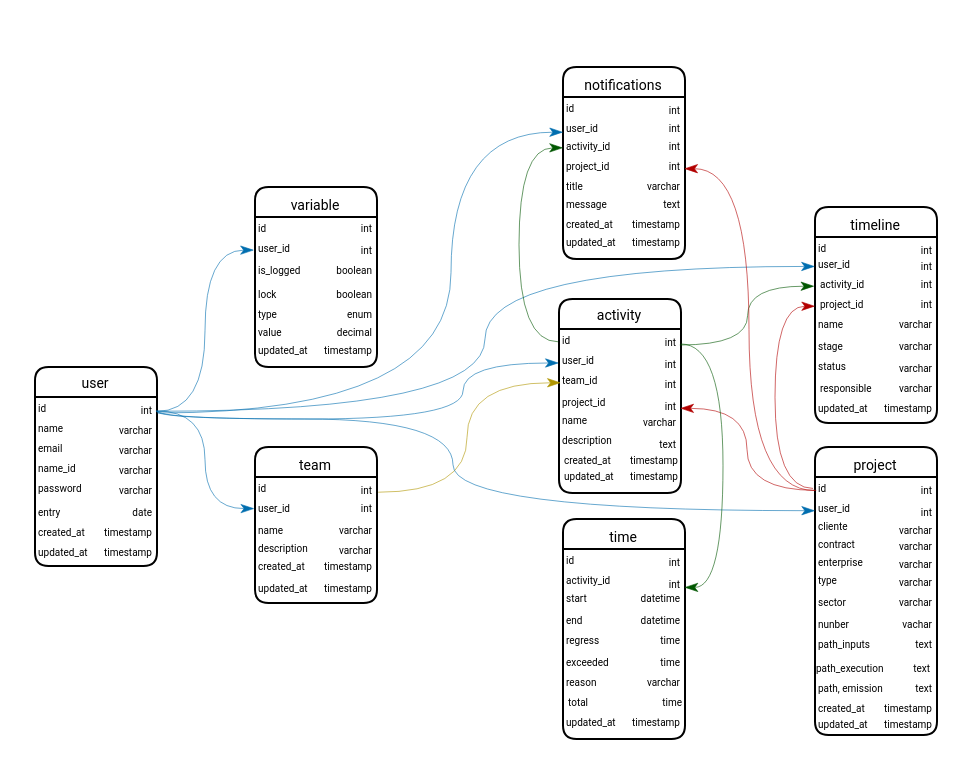
Earlier version of the draw.io diagram Banco Kairos.drawio (Avflux/drawio). Source tidied: cells renumbered, new cells numbered last; positions are measured from the earlier drawing's top-left corner, leaving out a move shared by most shapes. Both pictures are drawn from the tidied source at 200%, with x=0, y=0 at pixel (34, 66).
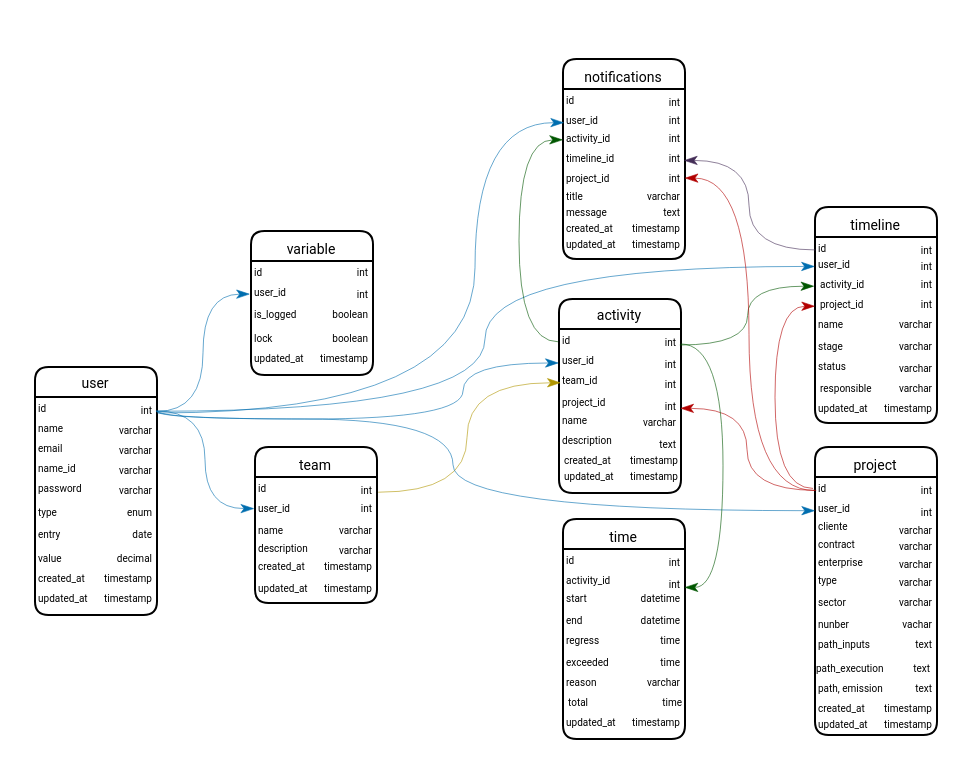
Above is the later version.

The change refers to these unchanged cells:
```xml
<mxCell id="14" value="&lt;font face=&quot;Roboto&quot;&gt;&lt;span style=&quot;font-size: 5px;&quot;&gt;int&lt;/span&gt;&lt;/font&gt;" style="text;html=1;align=right;verticalAlign=middle;points=[];strokeColor=none;fillColor=none;fontFamily=Architects Daughter;" parent="2" vertex="1">
  <mxGeometry x="40" y="5" width="20" height="30" as="geometry" />
</mxCell>
<mxCell id="53" value="&lt;font face=&quot;Roboto&quot; style=&quot;font-size: 5px;&quot;&gt;id&lt;/font&gt;" style="text;html=1;align=left;verticalAlign=middle;points=[];strokeColor=none;fillColor=none;fontFamily=Architects Daughter;" parent="52" vertex="1">
  <mxGeometry y="5" width="20" height="30" as="geometry" />
</mxCell>
<mxCell id="102" value="&lt;font face=&quot;Roboto&quot; style=&quot;font-size: 5px;&quot;&gt;id&lt;/font&gt;" style="text;html=1;align=left;verticalAlign=middle;points=[];strokeColor=none;fillColor=none;fontFamily=Architects Daughter;" parent="101" vertex="1">
  <mxGeometry y="5" width="20" height="30" as="geometry" />
</mxCell>
<mxCell id="141" value="&lt;font face=&quot;Roboto&quot; style=&quot;font-size: 5px;&quot;&gt;user_id&lt;/font&gt;" style="text;html=1;align=left;verticalAlign=middle;points=[];strokeColor=none;fillColor=none;fontFamily=Architects Daughter;" parent="139" vertex="1">
  <mxGeometry y="17" width="34" height="26" as="geometry" />
</mxCell>
<mxCell id="147" value="&lt;font face=&quot;Roboto&quot;&gt;&lt;span style=&quot;font-size: 5px;&quot;&gt;int&lt;/span&gt;&lt;/font&gt;" style="text;html=1;align=right;verticalAlign=middle;points=[];strokeColor=none;fillColor=none;fontFamily=Architects Daughter;" parent="139" vertex="1">
  <mxGeometry x="36" y="34" width="24" height="27" as="geometry" />
</mxCell>
```

What changed in the source:
```diff
@@
     <mxCell id="2" value="&lt;p&gt;&lt;font style=&quot;font-size: 7px;&quot; face=&quot;Roboto&quot;&gt;&lt;span style=&quot;font-weight: 400;&quot;&gt;user&lt;/span&gt;&lt;/font&gt;&lt;/p&gt;" style="swimlane;whiteSpace=wrap;html=1;hachureGap=4;fontFamily=Architects Daughter;fillColor=default;strokeColor=default;startSize=15;strokeWidth=1;swimlaneLine=1;glass=0;rounded=1;shadow=0;align=center;" parent="1" vertex="1">
-      <mxGeometry y="150" width="61" height="99.5" as="geometry" />
+      <mxGeometry y="150" width="61" height="124" as="geometry" />
     </mxCell>
@@
     <mxCell id="12" value="&lt;font face=&quot;Roboto&quot;&gt;&lt;span style=&quot;font-size: 5px;&quot;&gt;entry&lt;/span&gt;&lt;/font&gt;" style="text;html=1;align=left;verticalAlign=middle;strokeColor=none;fillColor=none;fontFamily=Architects Daughter;" parent="2" vertex="1">
-      <mxGeometry y="57" width="29" height="27" as="geometry" />
+      <mxGeometry y="68" width="29" height="27" as="geometry" />
     </mxCell>
     <mxCell id="13" value="&lt;font face=&quot;Roboto&quot;&gt;&lt;span style=&quot;font-size: 5px;&quot;&gt;date&lt;/span&gt;&lt;/font&gt;" style="text;html=1;align=right;verticalAlign=middle;strokeColor=none;fillColor=none;fontFamily=Architects Daughter;" parent="2" vertex="1">
-      <mxGeometry x="30" y="56" width="30" height="30" as="geometry" />
+      <mxGeometry x="30" y="67" width="30" height="30" as="geometry" />
     </mxCell>
@@
     <mxCell id="15" value="&lt;font face=&quot;Roboto&quot;&gt;&lt;span style=&quot;font-size: 5px;&quot;&gt;created_at&lt;/span&gt;&lt;/font&gt;" style="text;html=1;align=left;verticalAlign=middle;strokeColor=none;fillColor=none;fontFamily=Architects Daughter;" parent="2" vertex="1">
-      <mxGeometry y="67.5" width="41" height="27" as="geometry" />
+      <mxGeometry y="90" width="41" height="27" as="geometry" />
     </mxCell>
     <mxCell id="16" value="&lt;font face=&quot;Roboto&quot;&gt;&lt;span style=&quot;font-size: 5px;&quot;&gt;timestamp&lt;/span&gt;&lt;/font&gt;" style="text;html=1;align=right;verticalAlign=middle;strokeColor=none;fillColor=none;fontFamily=Architects Daughter;" parent="2" vertex="1">
-      <mxGeometry x="18" y="67.5" width="42" height="27" as="geometry" />
+      <mxGeometry x="18" y="90" width="42" height="27" as="geometry" />
     </mxCell>
     <mxCell id="17" value="&lt;font face=&quot;Roboto&quot;&gt;&lt;span style=&quot;font-size: 5px;&quot;&gt;updated_at&lt;/span&gt;&lt;/font&gt;" style="text;html=1;align=left;verticalAlign=middle;strokeColor=none;fillColor=none;fontFamily=Architects Daughter;" parent="2" vertex="1">
-      <mxGeometry y="77.5" width="43" height="27" as="geometry" />
+      <mxGeometry y="100" width="43" height="27" as="geometry" />
     </mxCell>
     <mxCell id="18" value="&lt;font face=&quot;Roboto&quot;&gt;&lt;span style=&quot;font-size: 5px;&quot;&gt;timestamp&lt;/span&gt;&lt;/font&gt;" style="text;html=1;align=right;verticalAlign=middle;strokeColor=none;fillColor=none;fontFamily=Architects Daughter;" parent="2" vertex="1">
-      <mxGeometry x="18" y="77.5" width="42" height="27" as="geometry" />
+      <mxGeometry x="18" y="100" width="42" height="27" as="geometry" />
     </mxCell>
+    <mxCell id="134" value="&lt;font face=&quot;Roboto&quot;&gt;&lt;span style=&quot;font-size: 5px;&quot;&gt;value&lt;/span&gt;&lt;/font&gt;" style="text;html=1;align=left;verticalAlign=middle;strokeColor=none;fillColor=none;fontFamily=Architects Daughter;" parent="2" vertex="1">
+      <mxGeometry y="80" width="30" height="27" as="geometry" />
+    </mxCell>
+    <mxCell id="135" value="&lt;font face=&quot;Roboto&quot;&gt;&lt;span style=&quot;font-size: 5px;&quot;&gt;decimal&lt;/span&gt;&lt;/font&gt;" style="text;html=1;align=right;verticalAlign=middle;strokeColor=none;fillColor=none;fontFamily=Architects Daughter;" parent="2" vertex="1">
+      <mxGeometry x="20" y="79" width="40" height="30" as="geometry" />
+    </mxCell>
+    <mxCell id="132" value="&lt;font face=&quot;Roboto&quot;&gt;&lt;span style=&quot;font-size: 5px;&quot;&gt;type&lt;/span&gt;&lt;/font&gt;" style="text;html=1;align=left;verticalAlign=middle;strokeColor=none;fillColor=none;fontFamily=Architects Daughter;" parent="2" vertex="1">
+      <mxGeometry y="56" width="30" height="30" as="geometry" />
+    </mxCell>
+    <mxCell id="133" value="&lt;font face=&quot;Roboto&quot;&gt;&lt;span style=&quot;font-size: 5px;&quot;&gt;enum&lt;/span&gt;&lt;/font&gt;" style="text;html=1;align=right;verticalAlign=middle;strokeColor=none;fillColor=none;fontFamily=Architects Daughter;" parent="2" vertex="1">
+      <mxGeometry x="30" y="56" width="30" height="30" as="geometry" />
+    </mxCell>
@@
     <mxCell id="123" value="&lt;p&gt;&lt;font face=&quot;Roboto&quot;&gt;&lt;span style=&quot;font-size: 7px; font-weight: 400;&quot;&gt;variable&lt;/span&gt;&lt;/font&gt;&lt;/p&gt;" style="swimlane;whiteSpace=wrap;html=1;hachureGap=4;fontFamily=Architects Daughter;fillColor=default;strokeColor=default;startSize=15;strokeWidth=1;swimlaneLine=1;glass=0;rounded=1;shadow=0;align=center;" parent="1" vertex="1">
-      <mxGeometry x="110" y="60" width="61" height="90" as="geometry" />
+      <mxGeometry x="108" y="82" width="61" height="72" as="geometry" />
     </mxCell>
@@
-    <mxCell id="132" value="&lt;font face=&quot;Roboto&quot;&gt;&lt;span style=&quot;font-size: 5px;&quot;&gt;type&lt;/span&gt;&lt;/font&gt;" style="text;html=1;align=left;verticalAlign=middle;strokeColor=none;fillColor=none;fontFamily=Architects Daughter;" parent="123" vertex="1">
-      <mxGeometry y="47" width="30" height="30" as="geometry" />
-    </mxCell>
-    <mxCell id="133" value="&lt;font face=&quot;Roboto&quot;&gt;&lt;span style=&quot;font-size: 5px;&quot;&gt;enum&lt;/span&gt;&lt;/font&gt;" style="text;html=1;align=right;verticalAlign=middle;strokeColor=none;fillColor=none;fontFamily=Architects Daughter;" parent="123" vertex="1">
-      <mxGeometry x="30" y="47" width="30" height="30" as="geometry" />
-    </mxCell>
-    <mxCell id="134" value="&lt;font face=&quot;Roboto&quot;&gt;&lt;span style=&quot;font-size: 5px;&quot;&gt;value&lt;/span&gt;&lt;/font&gt;" style="text;html=1;align=left;verticalAlign=middle;strokeColor=none;fillColor=none;fontFamily=Architects Daughter;" parent="123" vertex="1">
-      <mxGeometry y="57" width="30" height="27" as="geometry" />
-    </mxCell>
-    <mxCell id="135" value="&lt;font face=&quot;Roboto&quot;&gt;&lt;span style=&quot;font-size: 5px;&quot;&gt;decimal&lt;/span&gt;&lt;/font&gt;" style="text;html=1;align=right;verticalAlign=middle;strokeColor=none;fillColor=none;fontFamily=Architects Daughter;" parent="123" vertex="1">
-      <mxGeometry x="20" y="56" width="40" height="30" as="geometry" />
-    </mxCell>
     <mxCell id="136" value="&lt;font face=&quot;Roboto&quot;&gt;&lt;span style=&quot;font-size: 5px;&quot;&gt;timestamp&lt;/span&gt;&lt;/font&gt;" style="text;html=1;align=right;verticalAlign=middle;strokeColor=none;fillColor=none;fontFamily=Architects Daughter;" parent="123" vertex="1">
-      <mxGeometry x="18" y="66" width="42" height="27" as="geometry" />
+      <mxGeometry x="18" y="48" width="42" height="27" as="geometry" />
     </mxCell>
     <mxCell id="137" value="&lt;font face=&quot;Roboto&quot;&gt;&lt;span style=&quot;font-size: 5px;&quot;&gt;updated_at&lt;/span&gt;&lt;/font&gt;" style="text;html=1;align=left;verticalAlign=middle;strokeColor=none;fillColor=none;fontFamily=Architects Daughter;" parent="123" vertex="1">
-      <mxGeometry y="66" width="43" height="27" as="geometry" />
+      <mxGeometry y="48" width="43" height="27" as="geometry" />
     </mxCell>
@@
     <mxCell id="139" value="&lt;p&gt;&lt;font face=&quot;Roboto&quot;&gt;&lt;span style=&quot;font-size: 7px; font-weight: 400;&quot;&gt;notifications&lt;/span&gt;&lt;/font&gt;&lt;/p&gt;" style="swimlane;whiteSpace=wrap;html=1;hachureGap=4;fontFamily=Architects Daughter;fillColor=default;strokeColor=default;startSize=15;strokeWidth=1;swimlaneLine=1;glass=0;rounded=1;shadow=0;align=center;" parent="1" vertex="1">
-      <mxGeometry x="264" width="61" height="96" as="geometry" />
+      <mxGeometry x="264" y="-4" width="61" height="100" as="geometry" />
     </mxCell>
@@
-    <mxCell id="146" value="&lt;font face=&quot;Roboto&quot; style=&quot;font-size: 5px;&quot;&gt;project_id&lt;/font&gt;" style="text;html=1;align=left;verticalAlign=middle;strokeColor=none;fillColor=none;fontFamily=Architects Daughter;" parent="139" vertex="1">
-      <mxGeometry y="35" width="40" height="28" as="geometry" />
+    <mxCell id="146" value="&lt;font face=&quot;Roboto&quot; style=&quot;font-size: 5px;&quot;&gt;timeline_id&lt;/font&gt;" style="text;html=1;align=left;verticalAlign=middle;strokeColor=none;fillColor=none;fontFamily=Architects Daughter;" parent="139" vertex="1">
+      <mxGeometry y="35" width="42" height="28" as="geometry" />
     </mxCell>
@@
+    <mxCell id="159" value="&lt;font face=&quot;Roboto&quot; style=&quot;font-size: 5px;&quot;&gt;project_id&lt;/font&gt;" style="text;html=1;align=left;verticalAlign=middle;strokeColor=none;fillColor=none;fontFamily=Architects Daughter;" parent="139" vertex="1">
+      <mxGeometry y="45" width="40" height="28" as="geometry" />
+    </mxCell>
+    <mxCell id="160" value="&lt;font face=&quot;Roboto&quot;&gt;&lt;span style=&quot;font-size: 5px;&quot;&gt;int&lt;/span&gt;&lt;/font&gt;" style="text;html=1;align=right;verticalAlign=middle;points=[];strokeColor=none;fillColor=none;fontFamily=Architects Daughter;" parent="139" vertex="1">
+      <mxGeometry x="36" y="44" width="24" height="27" as="geometry" />
+    </mxCell>
+    <mxCell id="149" value="&lt;font face=&quot;Roboto&quot;&gt;&lt;span style=&quot;font-size: 5px;&quot;&gt;title&lt;/span&gt;&lt;/font&gt;" style="text;html=1;align=left;verticalAlign=middle;strokeColor=none;fillColor=none;fontFamily=Architects Daughter;" parent="139" vertex="1">
+      <mxGeometry y="53" width="28" height="28" as="geometry" />
+    </mxCell>
     <mxCell id="148" value="&lt;font face=&quot;Roboto&quot;&gt;&lt;span style=&quot;font-size: 5px;&quot;&gt;varchar&lt;/span&gt;&lt;/font&gt;" style="text;html=1;align=right;verticalAlign=middle;strokeColor=none;fillColor=none;fontFamily=Architects Daughter;" parent="139" vertex="1">
-      <mxGeometry x="20" y="43" width="40" height="30" as="geometry" />
+      <mxGeometry x="20" y="52" width="40" height="30" as="geometry" />
     </mxCell>
-    <mxCell id="149" value="&lt;font face=&quot;Roboto&quot;&gt;&lt;span style=&quot;font-size: 5px;&quot;&gt;title&lt;/span&gt;&lt;/font&gt;" style="text;html=1;align=left;verticalAlign=middle;strokeColor=none;fillColor=none;fontFamily=Architects Daughter;" parent="139" vertex="1">
-      <mxGeometry y="44" width="28" height="28" as="geometry" />
-    </mxCell>
     <mxCell id="150" value="&lt;font face=&quot;Roboto&quot;&gt;&lt;span style=&quot;font-size: 5px;&quot;&gt;message&lt;/span&gt;&lt;/font&gt;" style="text;html=1;align=left;verticalAlign=middle;strokeColor=none;fillColor=none;fontFamily=Architects Daughter;" parent="139" vertex="1">
-      <mxGeometry y="53" width="36" height="28" as="geometry" />
+      <mxGeometry y="61" width="36" height="28" as="geometry" />
     </mxCell>
     <mxCell id="151" value="&lt;font face=&quot;Roboto&quot;&gt;&lt;span style=&quot;font-size: 5px;&quot;&gt;text&lt;/span&gt;&lt;/font&gt;" style="text;html=1;align=right;verticalAlign=middle;strokeColor=none;fillColor=none;fontFamily=Architects Daughter;" parent="139" vertex="1">
-      <mxGeometry x="32" y="53" width="28" height="28" as="geometry" />
+      <mxGeometry x="32" y="61" width="28" height="28" as="geometry" />
     </mxCell>
+    <mxCell id="153" value="&lt;font face=&quot;Roboto&quot;&gt;&lt;span style=&quot;font-size: 5px;&quot;&gt;created_at&lt;/span&gt;&lt;/font&gt;" style="text;html=1;align=left;verticalAlign=middle;strokeColor=none;fillColor=none;fontFamily=Architects Daughter;" parent="139" vertex="1">
+      <mxGeometry y="69" width="41" height="27" as="geometry" />
+    </mxCell>
     <mxCell id="152" value="&lt;font face=&quot;Roboto&quot;&gt;&lt;span style=&quot;font-size: 5px;&quot;&gt;timestamp&lt;/span&gt;&lt;/font&gt;" style="text;html=1;align=right;verticalAlign=middle;strokeColor=none;fillColor=none;fontFamily=Architects Daughter;" parent="139" vertex="1">
-      <mxGeometry x="18" y="63" width="42" height="27" as="geometry" />
+      <mxGeometry x="18" y="69" width="42" height="27" as="geometry" />
     </mxCell>
-    <mxCell id="153" value="&lt;font face=&quot;Roboto&quot;&gt;&lt;span style=&quot;font-size: 5px;&quot;&gt;created_at&lt;/span&gt;&lt;/font&gt;" style="text;html=1;align=left;verticalAlign=middle;strokeColor=none;fillColor=none;fontFamily=Architects Daughter;" parent="139" vertex="1">
-      <mxGeometry y="63" width="41" height="27" as="geometry" />
-    </mxCell>
     <mxCell id="154" value="&lt;font face=&quot;Roboto&quot;&gt;&lt;span style=&quot;font-size: 5px;&quot;&gt;updated_at&lt;/span&gt;&lt;/font&gt;" style="text;html=1;align=left;verticalAlign=middle;strokeColor=none;fillColor=none;fontFamily=Architects Daughter;" parent="139" vertex="1">
-      <mxGeometry y="72" width="43" height="27" as="geometry" />
+      <mxGeometry y="77" width="43" height="27" as="geometry" />
     </mxCell>
     <mxCell id="155" value="&lt;font face=&quot;Roboto&quot;&gt;&lt;span style=&quot;font-size: 5px;&quot;&gt;timestamp&lt;/span&gt;&lt;/font&gt;" style="text;html=1;align=right;verticalAlign=middle;strokeColor=none;fillColor=none;fontFamily=Architects Daughter;" parent="139" vertex="1">
-      <mxGeometry x="18" y="72" width="42" height="27" as="geometry" />
+      <mxGeometry x="18" y="77" width="42" height="27" as="geometry" />
     </mxCell>
@@
-    <mxCell id="157" style="edgeStyle=orthogonalEdgeStyle;rounded=0;hachureGap=4;jettySize=auto;html=1;fontFamily=Architects Daughter;curved=1;endArrow=classicThin;endFill=1;strokeWidth=0.3;exitX=0;exitY=0.56;exitDx=0;exitDy=0;exitPerimeter=0;fillColor=#e51400;strokeColor=light-dark(#B20000,#FF1C03);entryX=1.028;entryY=0.624;entryDx=0;entryDy=0;entryPerimeter=0;" parent="1" edge="1" source="53" target="147">
+    <mxCell id="157" style="edgeStyle=orthogonalEdgeStyle;rounded=0;hachureGap=4;jettySize=auto;html=1;fontFamily=Architects Daughter;curved=1;endArrow=classicThin;endFill=1;strokeWidth=0.3;exitX=0;exitY=0.56;exitDx=0;exitDy=0;exitPerimeter=0;fillColor=#e51400;strokeColor=light-dark(#B20000,#FF1C03);entryX=1.036;entryY=0.576;entryDx=0;entryDy=0;entryPerimeter=0;" parent="1" edge="1" source="53" target="160">
       <mxGeometry relative="1" as="geometry" />
     </mxCell>
-    <mxCell id="158" style="edgeStyle=orthogonalEdgeStyle;rounded=0;hachureGap=4;jettySize=auto;html=1;fontFamily=Architects Daughter;curved=1;endArrow=classicThin;endFill=1;strokeWidth=0.3;exitX=1.06;exitY=0.6;exitDx=0;exitDy=0;exitPerimeter=0;fillColor=#1ba1e2;strokeColor=#006EAF;entryX=0;entryY=0.6;entryDx=0;entryDy=0;entryPerimeter=0;" parent="1" edge="1" source="14" target="141">
+    <mxCell id="158" style="edgeStyle=orthogonalEdgeStyle;rounded=0;hachureGap=4;jettySize=auto;html=1;fontFamily=Architects Daughter;curved=1;endArrow=classicThin;endFill=1;strokeWidth=0.3;exitX=1.06;exitY=0.6;exitDx=0;exitDy=0;exitPerimeter=0;fillColor=#1ba1e2;strokeColor=#006EAF;entryX=0.015;entryY=0.57;entryDx=0;entryDy=0;entryPerimeter=0;" parent="1" edge="1" source="14" target="141">
       <mxGeometry relative="1" as="geometry">
         <Array as="points">
-          <mxPoint x="208" y="173" />
-          <mxPoint x="208" y="33" />
+          <mxPoint x="220" y="173" />
+          <mxPoint x="220" y="28" />
         </Array>
       </mxGeometry>
     </mxCell>
+    <mxCell id="161" style="edgeStyle=orthogonalEdgeStyle;rounded=0;hachureGap=4;jettySize=auto;html=1;fontFamily=Architects Daughter;curved=1;endArrow=classicThin;endFill=1;strokeWidth=0.3;exitX=0.012;exitY=0.549;exitDx=0;exitDy=0;exitPerimeter=0;entryX=1.02;entryY=0.619;entryDx=0;entryDy=0;entryPerimeter=0;fillColor=#76608a;strokeColor=light-dark(#432D57,#EA2AFF);" parent="1" edge="1" source="102" target="147">
+      <mxGeometry relative="1" as="geometry" />
+    </mxCell>
```
